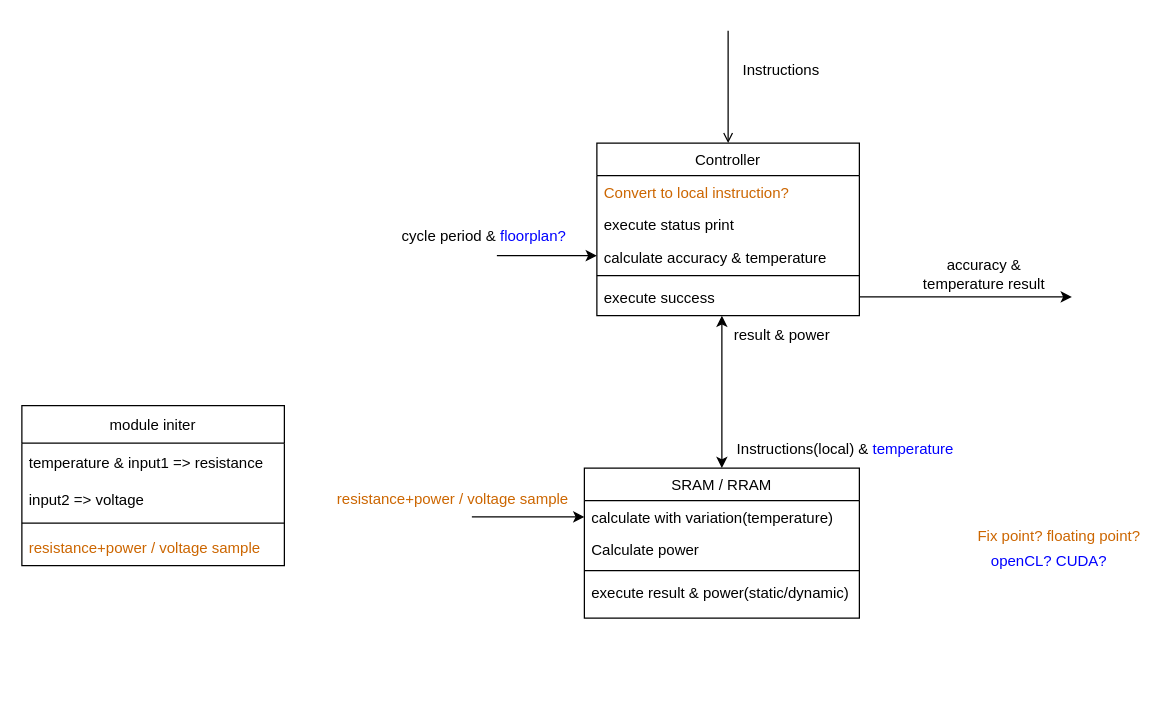
NCKU-CAID/reram_simulator-v2 keeps this draw.io diagram as reram simulater diagram example.drawio. Above is the earlier version. Source tidied: cells renumbered, new cells numbered last; positions are measured from the earlier drawing's top-left corner, leaving out a move shared by most shapes. Both pictures are drawn from the tidied source at 125%, with x=0, y=0 at pixel (21, 30).
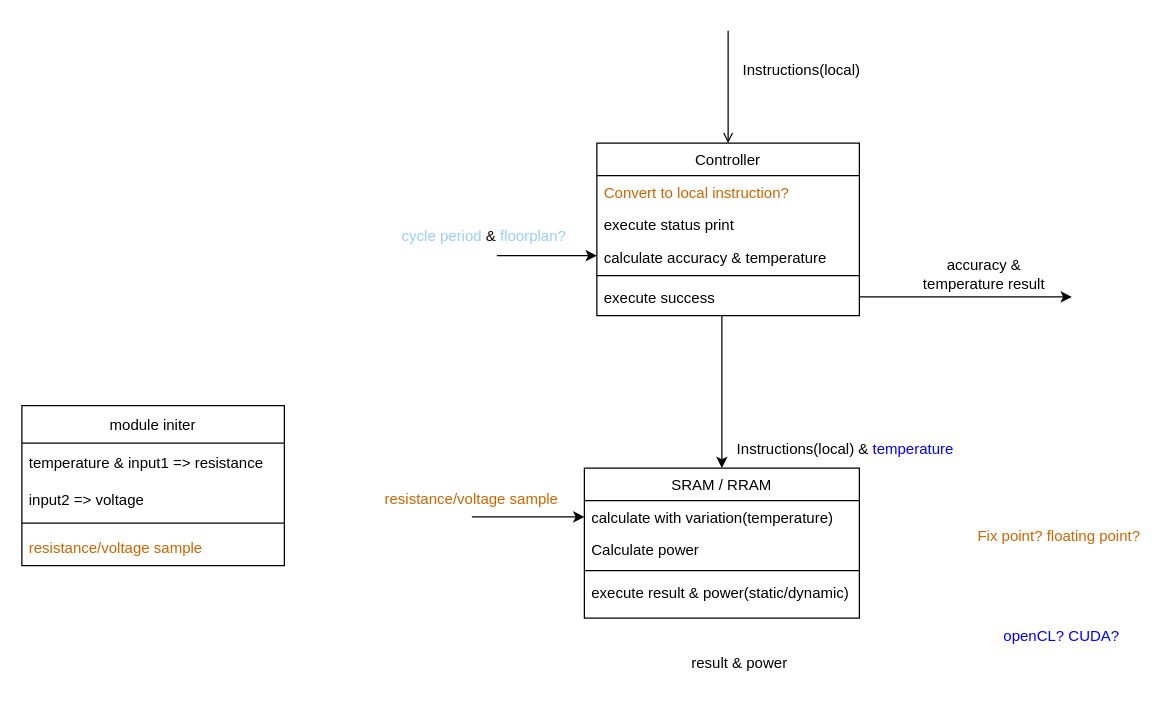
After the change.

Commit message (it also covers changes not shown here):
Fix diagram after discuss basic

The change refers to these unchanged cells:
```xml
<mxCell id="3" value="Controller" style="swimlane;fontStyle=0;align=center;verticalAlign=top;horizontal=1;startSize=26;rounded=0;shadow=0;strokeWidth=1;" parent="1" vertex="1">
  <mxGeometry x="460" y="90" width="210" height="138" as="geometry" />
</mxCell>
<mxCell id="9" value="SRAM / RRAM" style="swimlane;fontStyle=0;align=center;verticalAlign=top;horizontal=1;startSize=26;rounded=0;shadow=0;strokeWidth=1;" parent="1" vertex="1">
  <mxGeometry x="450" y="350" width="220" height="120" as="geometry" />
</mxCell>
<mxCell id="14" style="endArrow=open;shadow=0;strokeWidth=1;rounded=0;endFill=1;edgeStyle=elbowEdgeStyle;elbow=vertical;entryX=0.5;entryY=0;entryDx=0;entryDy=0;" parent="1" edge="1" target="3">
  <mxGeometry x="0.5" y="41" relative="1" as="geometry">
    <mxPoint x="565" as="sourcePoint" />
    <Array as="points">
      <mxPoint x="570" y="20" />
      <mxPoint x="540" y="40" />
    </Array>
    <mxPoint x="-40" y="32" as="offset" />
  </mxGeometry>
</mxCell>
<mxCell id="26" value="module initer" style="swimlane;fontStyle=0;horizontal=1;startSize=30;fontColor=#000000;" parent="1" vertex="1">
  <mxGeometry y="300" width="210" height="128" as="geometry" />
</mxCell>
```

What changed in the source:
```diff
@@
-    <mxCell id="2" style="edgeStyle=orthogonalEdgeStyle;rounded=0;jettySize=auto;html=1;entryX=0.5;entryY=0;entryDx=0;entryDy=0;fontColor=#000000;endArrow=classic;endFill=1;startArrow=classic;startFill=1;" parent="1" edge="1" source="3" target="9">
+    <mxCell id="2" style="edgeStyle=orthogonalEdgeStyle;rounded=0;jettySize=auto;html=1;entryX=0.5;entryY=0;entryDx=0;entryDy=0;fontColor=#000000;endArrow=classic;endFill=1;startArrow=none;startFill=0;" parent="1" edge="1" source="3" target="9">
       <mxGeometry relative="1" as="geometry">
         <Array as="points">
           <mxPoint x="560" y="260" />
           <mxPoint x="560" y="260" />
         </Array>
       </mxGeometry>
     </mxCell>
@@
-    <mxCell id="15" value="Instructions" style="align=left;verticalAlign=bottom;labelBackgroundColor=none;fontSize=12;fontColor=#000000;" parent="14" vertex="1">
+    <mxCell id="15" value="Instructions(local)" style="align=left;verticalAlign=bottom;labelBackgroundColor=none;fontSize=12;fontColor=#000000;" parent="14" vertex="1">
       <mxGeometry x="-1" relative="1" as="geometry">
         <mxPoint x="10" y="40" as="offset" />
       </mxGeometry>
     </mxCell>
     <mxCell id="16" value="result &amp; power" style="text;strokeColor=none;fillColor=none;align=left;verticalAlign=middle;spacingLeft=4;spacingRight=4;overflow=hidden;fontColor=#000000;" parent="1" vertex="1">
-      <mxGeometry x="564" y="228" width="90" height="30" as="geometry" />
+      <mxGeometry x="530" y="490" width="90" height="30" as="geometry" />
     </mxCell>
@@
-    <mxCell id="21" value="cycle period &amp;amp; &lt;font color=&quot;#0000ff&quot;&gt;floorplan?&lt;/font&gt;" style="text;html=1;strokeColor=none;fillColor=none;align=center;verticalAlign=middle;whiteSpace=wrap;rounded=0;fontColor=#000000;" parent="1" vertex="1">
+    <mxCell id="21" value="&lt;font color=&quot;#99ccff&quot;&gt;cycle period &lt;/font&gt;&amp;amp; &lt;font color=&quot;#99ccff&quot;&gt;floorplan?&lt;/font&gt;" style="text;html=1;strokeColor=none;fillColor=none;align=center;verticalAlign=middle;whiteSpace=wrap;rounded=0;fontColor=#000000;" parent="1" vertex="1">
       <mxGeometry x="290" y="150" width="160" height="30" as="geometry" />
     </mxCell>
@@
     <mxCell id="23" value="openCL? CUDA?" style="text;html=1;strokeColor=none;fillColor=none;align=center;verticalAlign=middle;whiteSpace=wrap;rounded=0;fontColor=#0000FF;" parent="1" vertex="1">
-      <mxGeometry x="754" y="410" width="136" height="30" as="geometry" />
+      <mxGeometry x="764" y="470" width="136" height="30" as="geometry" />
     </mxCell>
@@
-    <mxCell id="25" value="&lt;font color=&quot;#cc6600&quot;&gt;resistance+power / voltage sample&lt;/font&gt;" style="text;html=1;strokeColor=none;fillColor=none;align=center;verticalAlign=middle;whiteSpace=wrap;rounded=0;fontColor=#0000FF;" parent="1" vertex="1">
-      <mxGeometry x="250" y="360" width="190" height="30" as="geometry" />
+    <mxCell id="25" value="&lt;font color=&quot;#cc6600&quot;&gt;resistance/voltage sample&lt;/font&gt;" style="text;html=1;strokeColor=none;fillColor=none;align=center;verticalAlign=middle;whiteSpace=wrap;rounded=0;fontColor=#0000FF;" parent="1" vertex="1">
+      <mxGeometry x="280" y="360" width="160" height="30" as="geometry" />
     </mxCell>
@@
-    <mxCell id="30" value="resistance+power / voltage sample" style="text;strokeColor=none;fillColor=none;align=left;verticalAlign=middle;spacingLeft=4;spacingRight=4;overflow=hidden;fontColor=#CC6600;" parent="26" vertex="1">
+    <mxCell id="30" value="resistance/voltage sample" style="text;strokeColor=none;fillColor=none;align=left;verticalAlign=middle;spacingLeft=4;spacingRight=4;overflow=hidden;fontColor=#CC6600;" parent="26" vertex="1">
       <mxGeometry y="98" width="210" height="30" as="geometry" />
     </mxCell>
```
